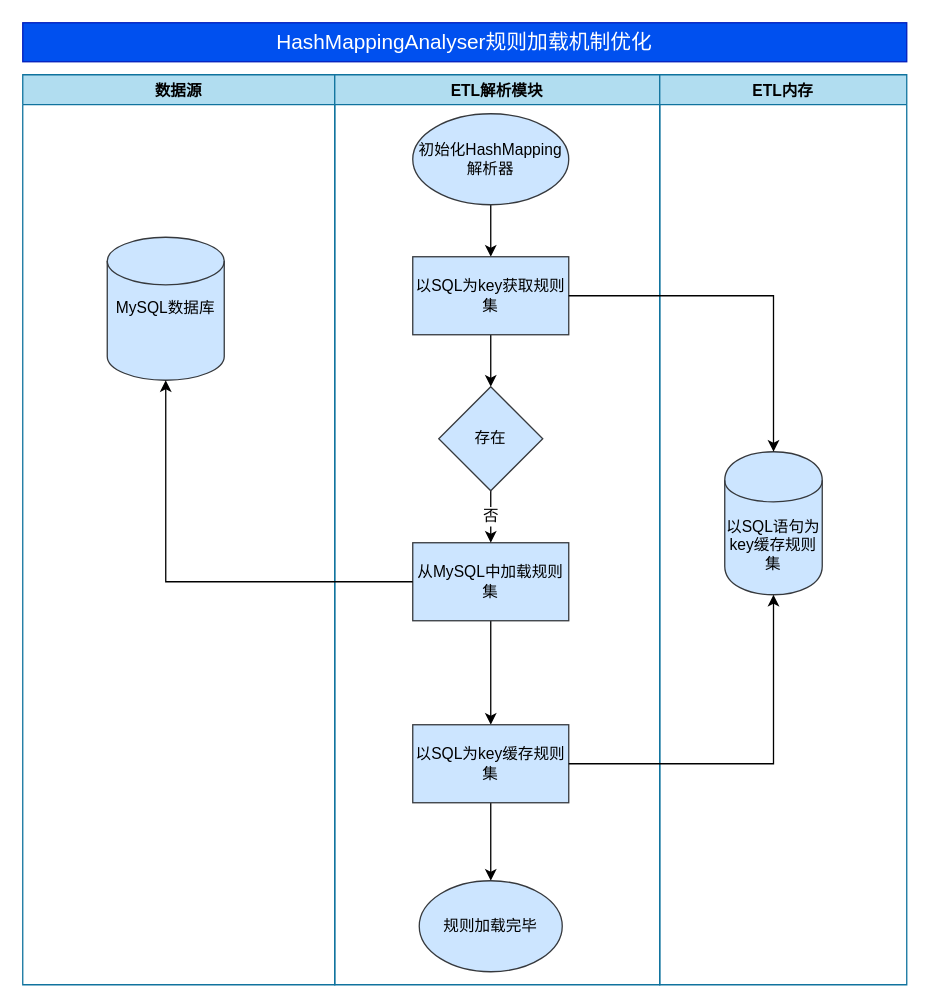
liujin0719/draw keeps this draw.io diagram as page "字符串精准匹配优化（hash1对N模式、内存优化）" (3 of 4) of ETL需求文档-V2.2.0.drawio. Above is the earlier version. Source tidied: cells renumbered, new cells numbered last; positions are measured from the earlier drawing's top-left corner, leaving out a move shared by most shapes. Both pictures are drawn from the tidied source at 130%, with x=0, y=0 at pixel (22, 22).
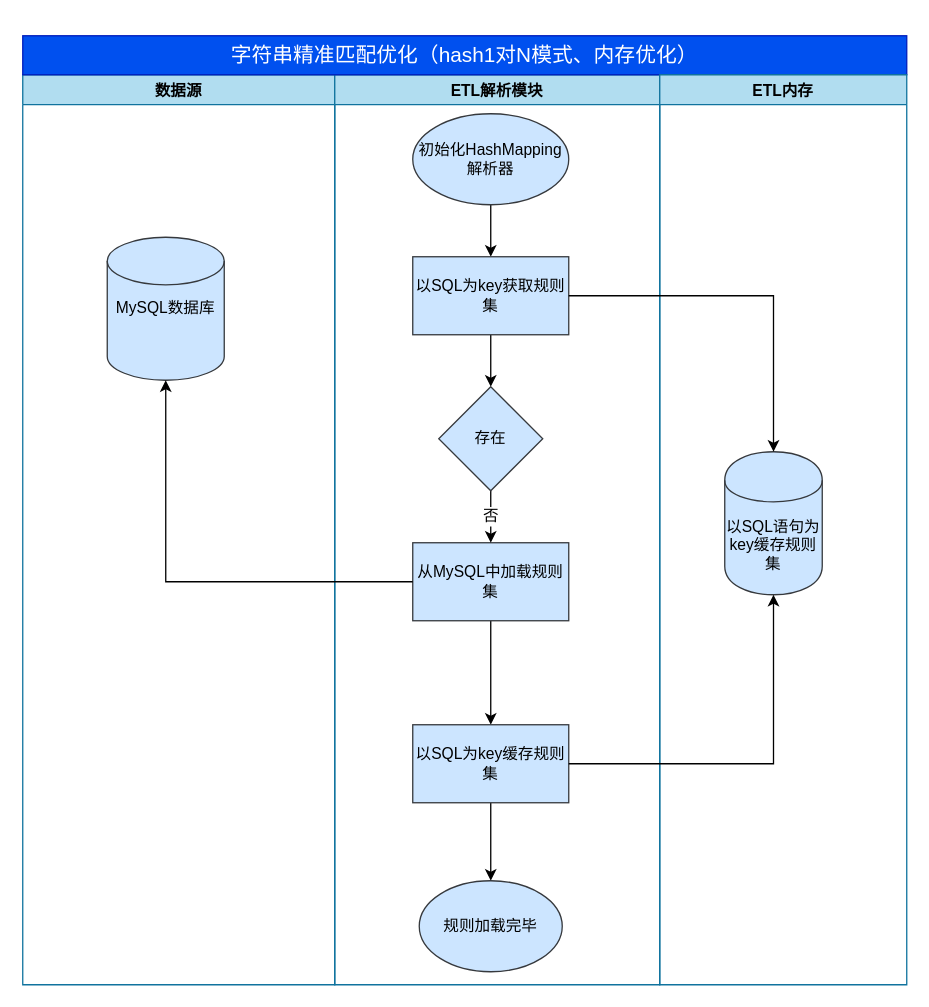
The same diagram, later.

Diff of the diagram source:
```diff
@@
-    <mxCell id="17" value="HashMappingAnalyser规则加载机制优化" style="rounded=0;whiteSpace=wrap;html=1;fillColor=#0050ef;strokeColor=#001DBC;fontColor=#ffffff;fontSize=16;" parent="1" vertex="1">
-      <mxGeometry width="680" height="30" as="geometry" />
+    <mxCell id="17" value="字符串精准匹配优化（hash1对N模式、内存优化）" style="rounded=0;whiteSpace=wrap;html=1;fillColor=#0050ef;strokeColor=#001DBC;fontColor=#ffffff;fontSize=16;" parent="1" vertex="1">
+      <mxGeometry y="10" width="680" height="30" as="geometry" />
     </mxCell>
```
